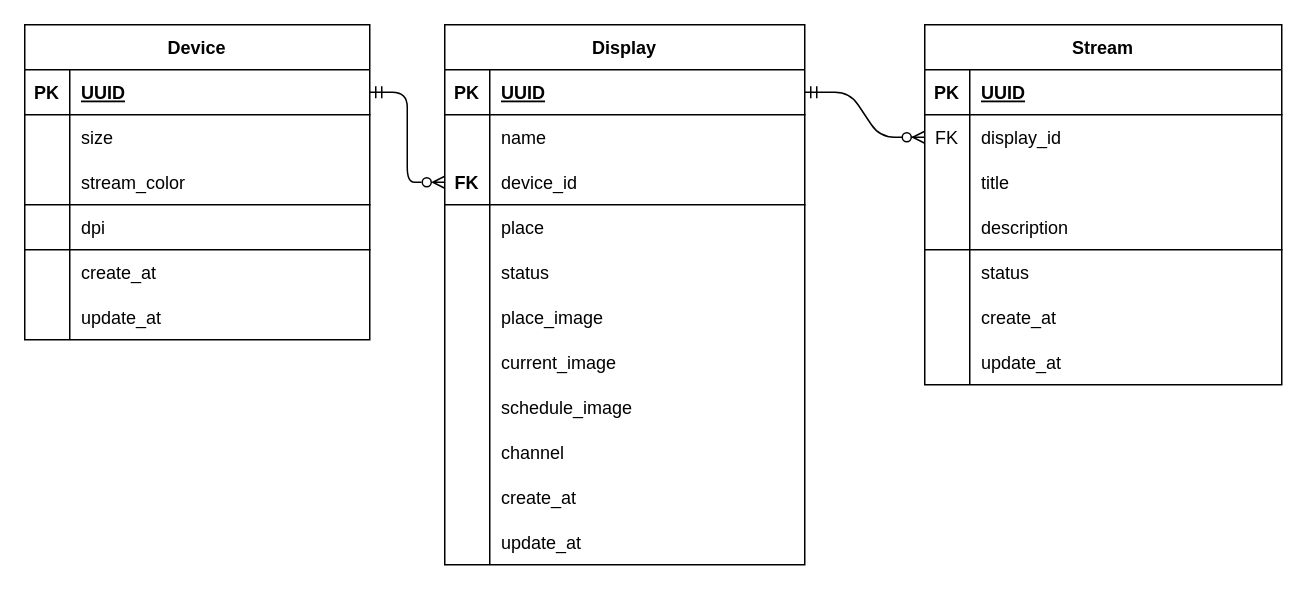
Earlier version of the draw.io diagram display_er_model.drawio (monosparta/borrow_meetingroom_display). Source tidied: cells renumbered, new cells numbered last; positions are measured from the earlier drawing's top-left corner, leaving out a move shared by most shapes. Both pictures are drawn from the tidied source at 150%, with x=0, y=0 at pixel (24, 24).
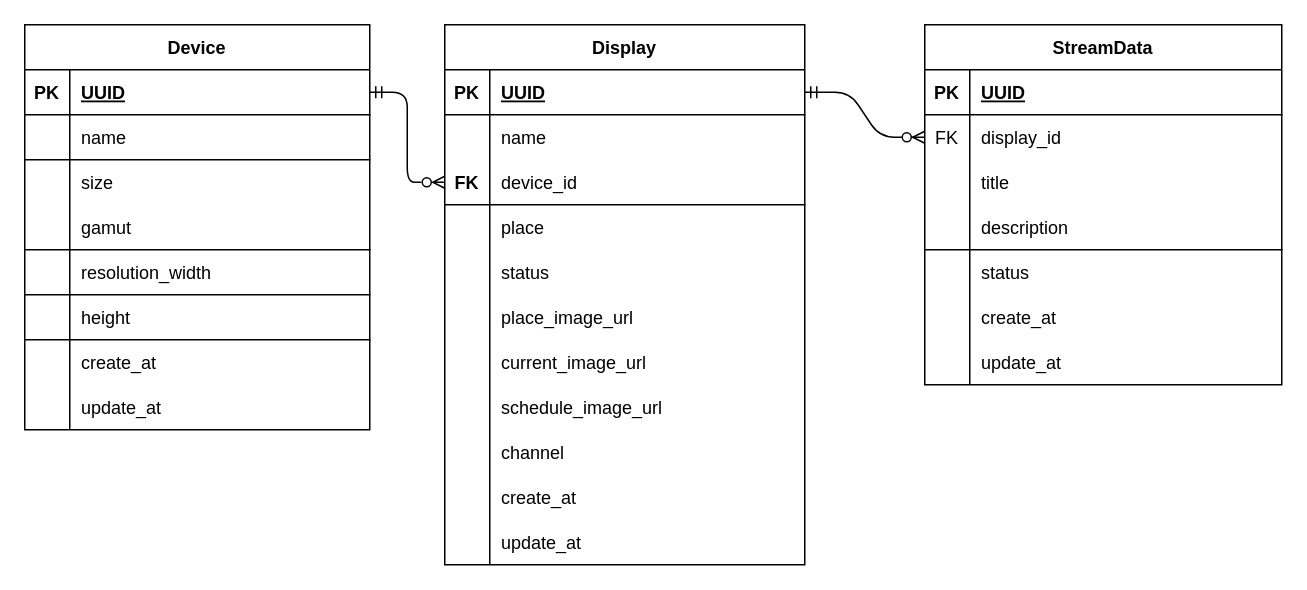
The same diagram, later.

Commit message:
refactor: alter table name and column

The change refers to these unchanged cells:
```xml
<mxCell id="40" style="shape=tableRow;horizontal=0;startSize=0;swimlaneHead=0;swimlaneBody=0;fillColor=none;top=0;left=0;right=0;bottom=0;fontColor=default;" parent="24" vertex="1">
  <mxGeometry y="180" width="240" height="30" as="geometry" />
</mxCell>
<mxCell id="43" style="shape=tableRow;horizontal=0;startSize=0;swimlaneHead=0;swimlaneBody=0;fillColor=none;top=0;left=0;right=0;bottom=0;fontColor=default;" parent="24" vertex="1">
  <mxGeometry y="210" width="240" height="30" as="geometry" />
</mxCell>
<mxCell id="46" style="shape=tableRow;horizontal=0;startSize=0;swimlaneHead=0;swimlaneBody=0;fillColor=none;top=0;left=0;right=0;bottom=0;fontColor=default;" parent="24" vertex="1">
  <mxGeometry y="240" width="240" height="30" as="geometry" />
</mxCell>
```

Change to the diagram source:
```diff
@@
-    <mxCell id="2" value="Stream" style="shape=table;startSize=30;childLayout=tableLayout;rowLines=0;fontStyle=1;align=center;fontColor=default;" parent="1" vertex="1">
+    <mxCell id="2" value="StreamData" style="shape=table;startSize=30;childLayout=tableLayout;rowLines=0;fontStyle=1;align=center;fontColor=default;" parent="1" vertex="1">
       <mxGeometry x="600" width="238" height="240" as="geometry" />
     </mxCell>
@@
-    <mxCell id="42" value="place_image" style="shape=partialRectangle;fillColor=none;top=0;left=0;bottom=0;right=0;align=left;spacingLeft=6;overflow=hidden;strokeColor=#FF0000;fontColor=default;" parent="40" vertex="1">
+    <mxCell id="42" value="place_image_url" style="shape=partialRectangle;fillColor=none;top=0;left=0;bottom=0;right=0;align=left;spacingLeft=6;overflow=hidden;strokeColor=#FF0000;fontColor=default;" parent="40" vertex="1">
       <mxGeometry x="30" width="210" height="30" as="geometry" />
     </mxCell>
@@
-    <mxCell id="45" value="current_image" style="shape=partialRectangle;fillColor=none;top=0;left=0;bottom=0;right=0;align=left;spacingLeft=6;overflow=hidden;strokeColor=#FF0000;fontColor=default;" parent="43" vertex="1">
+    <mxCell id="45" value="current_image_url" style="shape=partialRectangle;fillColor=none;top=0;left=0;bottom=0;right=0;align=left;spacingLeft=6;overflow=hidden;strokeColor=#FF0000;fontColor=default;" parent="43" vertex="1">
       <mxGeometry x="30" width="210" height="30" as="geometry" />
     </mxCell>
@@
-    <mxCell id="48" value="schedule_image" style="shape=partialRectangle;fillColor=none;top=0;left=0;bottom=0;right=0;align=left;spacingLeft=6;overflow=hidden;strokeColor=#FF0000;fontColor=default;" parent="46" vertex="1">
+    <mxCell id="48" value="schedule_image_url" style="shape=partialRectangle;fillColor=none;top=0;left=0;bottom=0;right=0;align=left;spacingLeft=6;overflow=hidden;strokeColor=#FF0000;fontColor=default;" parent="46" vertex="1">
       <mxGeometry x="30" width="210" height="30" as="geometry" />
     </mxCell>
@@
     <mxCell id="59" value="Device" style="shape=table;startSize=30;childLayout=tableLayout;rowLines=0;fontStyle=1;align=center;fontColor=default;" parent="1" vertex="1">
-      <mxGeometry width="230" height="210" as="geometry" />
+      <mxGeometry width="230" height="270" as="geometry" />
     </mxCell>
@@
+    <mxCell id="79" style="shape=tableRow;horizontal=0;startSize=0;swimlaneHead=0;swimlaneBody=0;fillColor=none;top=0;left=0;right=0;bottom=1;fontColor=default;" parent="59" vertex="1">
+      <mxGeometry y="60" width="230" height="30" as="geometry" />
+    </mxCell>
+    <mxCell id="80" style="shape=partialRectangle;fillColor=none;top=0;left=0;bottom=0;right=0;fontStyle=1;overflow=hidden;fontColor=default;" parent="79" vertex="1">
+      <mxGeometry width="30" height="30" as="geometry" />
+    </mxCell>
+    <mxCell id="81" value="name" style="shape=partialRectangle;fillColor=none;top=0;left=0;bottom=0;right=0;align=left;spacingLeft=6;fontStyle=0;overflow=hidden;fontColor=default;" parent="79" vertex="1">
+      <mxGeometry x="30" width="200" height="30" as="geometry" />
+    </mxCell>
     <mxCell id="63" style="shape=tableRow;horizontal=0;startSize=0;swimlaneHead=0;swimlaneBody=0;fillColor=none;top=0;left=0;right=0;bottom=0;fontColor=default;" parent="59" vertex="1">
-      <mxGeometry y="60" width="230" height="30" as="geometry" />
+      <mxGeometry y="90" width="230" height="30" as="geometry" />
     </mxCell>
@@
     <mxCell id="66" style="shape=tableRow;horizontal=0;startSize=0;swimlaneHead=0;swimlaneBody=0;fillColor=none;top=0;left=0;right=0;bottom=1;fontColor=default;" parent="59" vertex="1">
-      <mxGeometry y="90" width="230" height="30" as="geometry" />
+      <mxGeometry y="120" width="230" height="30" as="geometry" />
     </mxCell>
@@
-    <mxCell id="68" value="stream_color" style="shape=partialRectangle;fillColor=none;top=0;left=0;bottom=0;right=0;align=left;spacingLeft=6;fontStyle=0;overflow=hidden;fontColor=default;" parent="66" vertex="1">
+    <mxCell id="68" value="gamut" style="shape=partialRectangle;fillColor=none;top=0;left=0;bottom=0;right=0;align=left;spacingLeft=6;fontStyle=0;overflow=hidden;fontColor=default;" parent="66" vertex="1">
       <mxGeometry x="30" width="200" height="30" as="geometry" />
     </mxCell>
+    <mxCell id="82" style="shape=tableRow;horizontal=0;startSize=0;swimlaneHead=0;swimlaneBody=0;fillColor=none;top=0;left=0;right=0;bottom=1;fontColor=default;" parent="59" vertex="1">
+      <mxGeometry y="150" width="230" height="30" as="geometry" />
+    </mxCell>
+    <mxCell id="83" style="shape=partialRectangle;fillColor=none;top=0;left=0;bottom=0;right=0;fontStyle=1;overflow=hidden;fontColor=default;" parent="82" vertex="1">
+      <mxGeometry width="30" height="30" as="geometry" />
+    </mxCell>
+    <mxCell id="84" value="resolution_width" style="shape=partialRectangle;fillColor=none;top=0;left=0;bottom=0;right=0;align=left;spacingLeft=6;fontStyle=0;overflow=hidden;fontColor=default;" parent="82" vertex="1">
+      <mxGeometry x="30" width="200" height="30" as="geometry" />
+    </mxCell>
     <mxCell id="69" style="shape=tableRow;horizontal=0;startSize=0;swimlaneHead=0;swimlaneBody=0;fillColor=none;top=0;left=0;right=0;bottom=1;fontColor=default;" parent="59" vertex="1">
-      <mxGeometry y="120" width="230" height="30" as="geometry" />
+      <mxGeometry y="180" width="230" height="30" as="geometry" />
     </mxCell>
@@
-    <mxCell id="71" value="dpi" style="shape=partialRectangle;fillColor=none;top=0;left=0;bottom=0;right=0;align=left;spacingLeft=6;fontStyle=0;overflow=hidden;fontColor=default;" parent="69" vertex="1">
+    <mxCell id="71" value="height" style="shape=partialRectangle;fillColor=none;top=0;left=0;bottom=0;right=0;align=left;spacingLeft=6;fontStyle=0;overflow=hidden;fontColor=default;" parent="69" vertex="1">
       <mxGeometry x="30" width="200" height="30" as="geometry" />
     </mxCell>
     <mxCell id="72" style="shape=tableRow;horizontal=0;startSize=0;swimlaneHead=0;swimlaneBody=0;fillColor=none;top=0;left=0;right=0;bottom=0;fontColor=default;" parent="59" vertex="1">
-      <mxGeometry y="150" width="230" height="30" as="geometry" />
+      <mxGeometry y="210" width="230" height="30" as="geometry" />
     </mxCell>
@@
     <mxCell id="75" style="shape=tableRow;horizontal=0;startSize=0;swimlaneHead=0;swimlaneBody=0;fillColor=none;top=0;left=0;right=0;bottom=0;fontColor=default;" parent="59" vertex="1">
-      <mxGeometry y="180" width="230" height="30" as="geometry" />
+      <mxGeometry y="240" width="230" height="30" as="geometry" />
     </mxCell>
```
